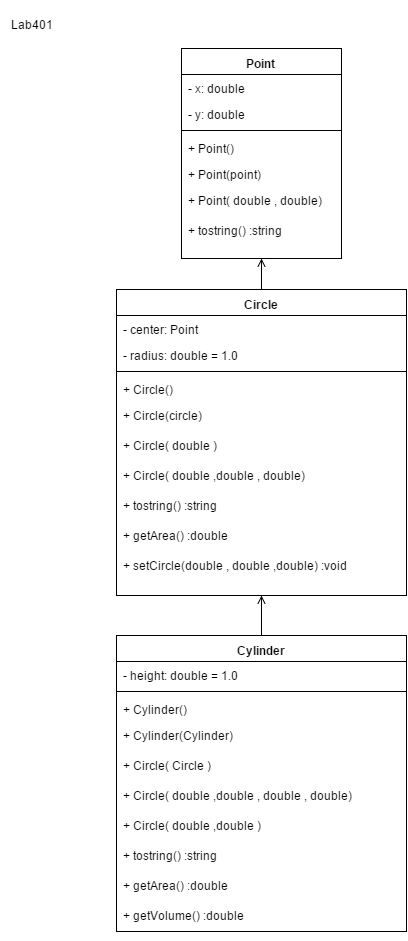
Before: week5/Lab501/Lab501_401.png, a diagram exported from draw.io (cpe200-158-sec1/week-5). Source tidied: cells renumbered, new cells last; positions are measured from the earlier drawing's top-left corner, leaving out a move shared by most shapes.
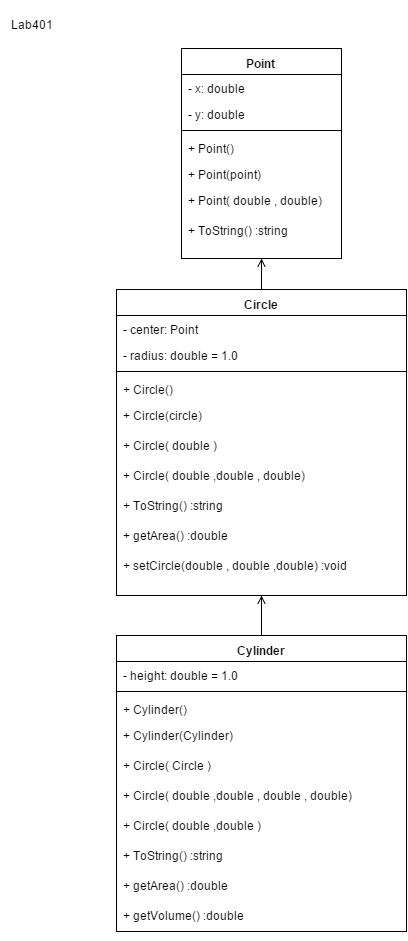
The same file after the commit.

The edit, as a diff of the source:
```diff
@@ -23,7 +23,7 @@
     <mxCell id="8" value="&lt;span style=&quot;line-height: 14.4px&quot;&gt;+&amp;nbsp;&lt;/span&gt;&lt;span style=&quot;line-height: 14.4px&quot;&gt;Point&lt;/span&gt;&lt;span style=&quot;line-height: 14.4px&quot;&gt;( double , double)&lt;/span&gt;" style="text;html=1;strokeColor=none;fillColor=none;align=left;verticalAlign=top;spacingLeft=4;spacingRight=4;whiteSpace=wrap;overflow=hidden;" parent="2" vertex="1">
       <mxGeometry y="138" width="160" height="30" as="geometry" />
     </mxCell>
-    <mxCell id="9" value="&lt;span style=&quot;line-height: 14.4px&quot;&gt;+ tostring() :string&lt;/span&gt;" style="text;html=1;strokeColor=none;fillColor=none;align=left;verticalAlign=top;spacingLeft=4;spacingRight=4;whiteSpace=wrap;overflow=hidden;" parent="2" vertex="1">
+    <mxCell id="9" value="&lt;span style=&quot;line-height: 14.4px&quot;&gt;+ ToString()&amp;nbsp;&lt;/span&gt;&lt;span style=&quot;line-height: 14.4px&quot;&gt;:string&lt;/span&gt;&lt;br&gt;" style="text;html=1;strokeColor=none;fillColor=none;align=left;verticalAlign=top;spacingLeft=4;spacingRight=4;whiteSpace=wrap;overflow=hidden;" parent="2" vertex="1">
       <mxGeometry y="168" width="160" height="30" as="geometry" />
     </mxCell>
     <mxCell id="10" style="edgeStyle=orthogonalEdgeStyle;rounded=0;html=1;exitX=0.5;exitY=1;entryX=0.5;entryY=1;" parent="1" edge="1" source="2" target="2">
@@ -53,7 +53,7 @@
     <mxCell id="18" value="&lt;span style=&quot;line-height: 14.4px&quot;&gt;+&amp;nbsp;&lt;/span&gt;&lt;span style=&quot;line-height: 14.4px&quot;&gt;Circle&lt;/span&gt;&lt;span style=&quot;line-height: 14.4px&quot;&gt;( double ,double , double)&lt;/span&gt;" style="text;html=1;strokeColor=none;fillColor=none;align=left;verticalAlign=top;spacingLeft=4;spacingRight=4;whiteSpace=wrap;overflow=hidden;" parent="11" vertex="1">
       <mxGeometry y="172" width="290" height="30" as="geometry" />
     </mxCell>
-    <mxCell id="19" value="&lt;span style=&quot;line-height: 14.4px&quot;&gt;+ tostring()&amp;nbsp;&lt;/span&gt;&lt;span style=&quot;line-height: 14.4px&quot;&gt;:string&lt;/span&gt;" style="text;html=1;strokeColor=none;fillColor=none;align=left;verticalAlign=top;spacingLeft=4;spacingRight=4;whiteSpace=wrap;overflow=hidden;" parent="11" vertex="1">
+    <mxCell id="19" value="&lt;span style=&quot;line-height: 14.4px&quot;&gt;+ ToString()&amp;nbsp;&lt;/span&gt;&lt;span style=&quot;line-height: 14.4px&quot;&gt;:string&lt;/span&gt;&lt;br&gt;" style="text;html=1;strokeColor=none;fillColor=none;align=left;verticalAlign=top;spacingLeft=4;spacingRight=4;whiteSpace=wrap;overflow=hidden;" parent="11" vertex="1">
       <mxGeometry y="202" width="290" height="30" as="geometry" />
     </mxCell>
     <mxCell id="20" value="&lt;span style=&quot;line-height: 14.4px&quot;&gt;+ getArea()&amp;nbsp;&lt;/span&gt;&lt;span style=&quot;line-height: 14.4px&quot;&gt;:double&lt;/span&gt;" style="text;html=1;strokeColor=none;fillColor=none;align=left;verticalAlign=top;spacingLeft=4;spacingRight=4;whiteSpace=wrap;overflow=hidden;" parent="11" vertex="1">
@@ -89,7 +89,7 @@
     <mxCell id="30" value="&lt;span style=&quot;line-height: 14.4px&quot;&gt;+&amp;nbsp;&lt;/span&gt;&lt;span style=&quot;line-height: 14.4px&quot;&gt;Circle&lt;/span&gt;&lt;span style=&quot;line-height: 14.4px&quot;&gt;( double ,double )&lt;/span&gt;" style="text;html=1;strokeColor=none;fillColor=none;align=left;verticalAlign=top;spacingLeft=4;spacingRight=4;whiteSpace=wrap;overflow=hidden;" parent="23" vertex="1">
       <mxGeometry y="176" width="290" height="30" as="geometry" />
     </mxCell>
-    <mxCell id="31" value="&lt;span style=&quot;line-height: 14.4px&quot;&gt;+ tostring()&amp;nbsp;&lt;/span&gt;&lt;span style=&quot;line-height: 14.4px&quot;&gt;:string&lt;/span&gt;" style="text;html=1;strokeColor=none;fillColor=none;align=left;verticalAlign=top;spacingLeft=4;spacingRight=4;whiteSpace=wrap;overflow=hidden;" parent="23" vertex="1">
+    <mxCell id="31" value="&lt;span style=&quot;line-height: 14.4px&quot;&gt;+ ToString()&amp;nbsp;&lt;/span&gt;&lt;span style=&quot;line-height: 14.4px&quot;&gt;:string&lt;/span&gt;&lt;br&gt;" style="text;html=1;strokeColor=none;fillColor=none;align=left;verticalAlign=top;spacingLeft=4;spacingRight=4;whiteSpace=wrap;overflow=hidden;" parent="23" vertex="1">
       <mxGeometry y="206" width="290" height="30" as="geometry" />
     </mxCell>
     <mxCell id="32" value="&lt;span style=&quot;line-height: 14.4px&quot;&gt;+ getArea()&amp;nbsp;&lt;/span&gt;&lt;span style=&quot;line-height: 14.4px&quot;&gt;:double&lt;/span&gt;" style="text;html=1;strokeColor=none;fillColor=none;align=left;verticalAlign=top;spacingLeft=4;spacingRight=4;whiteSpace=wrap;overflow=hidden;" parent="23" vertex="1">
```
